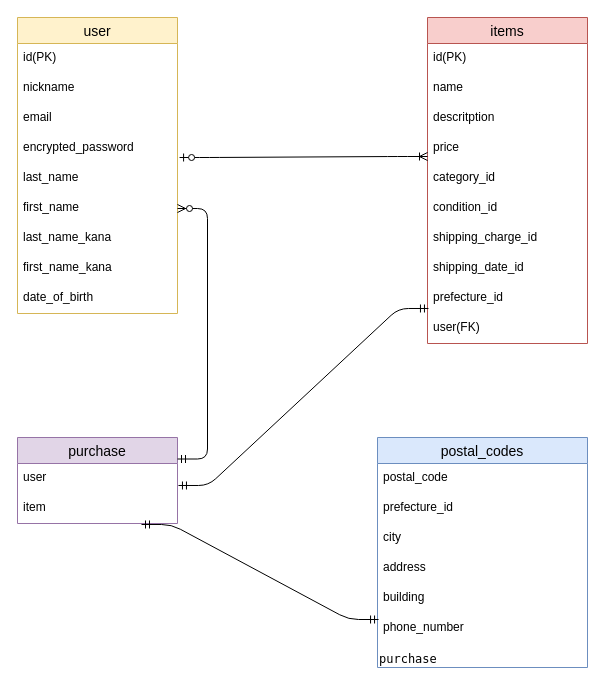
Earlier version of the draw.io diagram test.dio (haruu2525/furima-39915). Source tidied: cells renumbered, new cells numbered last; positions are measured from the earlier drawing's top-left corner, leaving out a move shared by most shapes. Both pictures are drawn from the tidied source at 100%, with x=0, y=0 at pixel (17, 17).
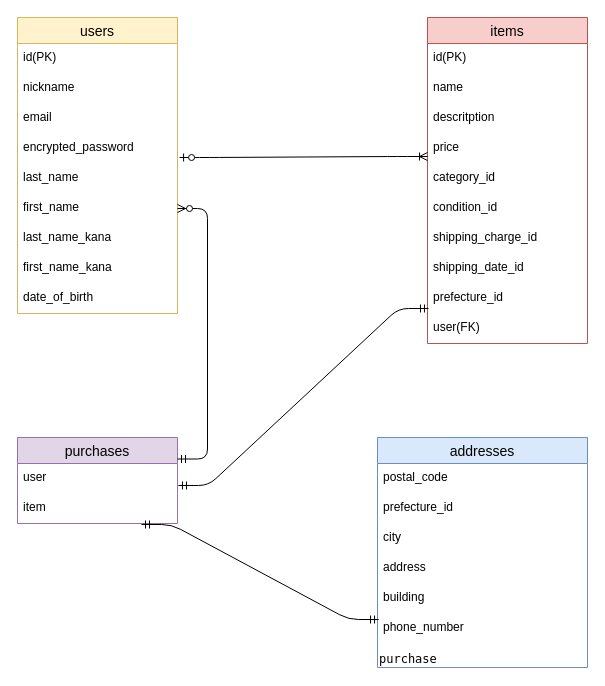
After the change.

Change to the diagram source:
```diff
@@
-    <mxCell id="2" value="user" style="swimlane;fontStyle=0;horizontal=1;startSize=26;align=center;fontSize=14;fillColor=#fff2cc;strokeColor=#d6b656;" parent="1" vertex="1">
+    <mxCell id="2" value="users" style="swimlane;fontStyle=0;horizontal=1;startSize=26;align=center;fontSize=14;fillColor=#fff2cc;strokeColor=#d6b656;" parent="1" vertex="1">
       <mxGeometry width="160" height="296" as="geometry" />
     </mxCell>
@@
-    <mxCell id="24" value="purchase" style="swimlane;fontStyle=0;horizontal=1;startSize=26;align=center;fontSize=14;fillColor=#e1d5e7;strokeColor=#9673a6;" parent="1" vertex="1">
+    <mxCell id="24" value="purchases" style="swimlane;fontStyle=0;horizontal=1;startSize=26;align=center;fontSize=14;fillColor=#e1d5e7;strokeColor=#9673a6;" parent="1" vertex="1">
       <mxGeometry y="420" width="160" height="86" as="geometry" />
     </mxCell>
@@
-    <mxCell id="27" value="postal_codes" style="swimlane;fontStyle=0;horizontal=1;startSize=26;align=center;fontSize=14;fillColor=#dae8fc;strokeColor=#6c8ebf;" parent="1" vertex="1">
+    <mxCell id="27" value="addresses" style="swimlane;fontStyle=0;horizontal=1;startSize=26;align=center;fontSize=14;fillColor=#dae8fc;strokeColor=#6c8ebf;" parent="1" vertex="1">
       <mxGeometry x="360" y="420" width="210" height="230" as="geometry" />
     </mxCell>
```
